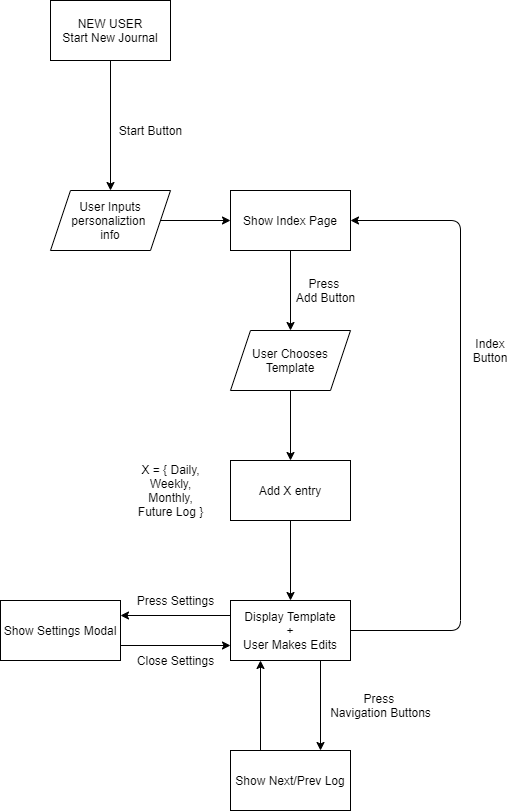
This is specs/adrs/diagram.drawio.png from FlamingoJournal/cse110-sp21-group18, a draw.io export, as it was before one commit. Source tidied: cells renumbered, new cells last; positions are measured from the earlier drawing's top-left corner, leaving out a move shared by most shapes.
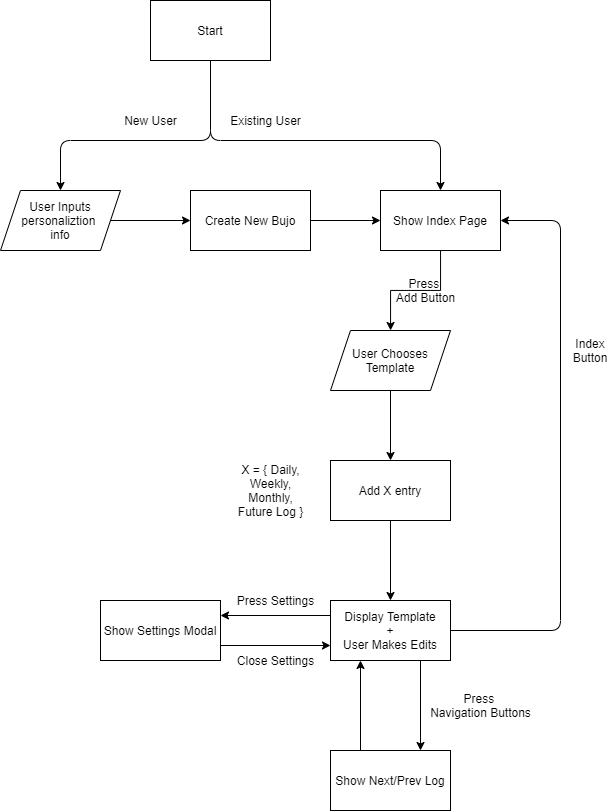
The same file after the commit.

Commit message:
Added second color palette + Updated general event diagram

Diff of the diagram source:
```diff
@@ -2,26 +2,25 @@
   <root>
     <mxCell id="0" />
     <mxCell id="1" parent="0" />
-    <mxCell id="2" style="edgeStyle=orthogonalEdgeStyle;rounded=0;jettySize=auto;html=1;" parent="1" edge="1" source="3" target="5">
-      <mxGeometry relative="1" as="geometry" />
-    </mxCell>
-    <mxCell id="3" value="NEW USER&lt;br&gt;Start New Journal" style="rounded=0;whiteSpace=wrap;html=1;" parent="1" vertex="1">
+    <mxCell id="3" value="Start" style="rounded=0;whiteSpace=wrap;html=1;" parent="1" vertex="1">
       <mxGeometry x="50" width="120" height="60" as="geometry" />
     </mxCell>
-    <mxCell id="4" style="edgeStyle=orthogonalEdgeStyle;rounded=0;jettySize=auto;html=1;" parent="1" edge="1" source="5" target="8">
-      <mxGeometry relative="1" as="geometry" />
-    </mxCell>
+    <mxCell id="27" style="edgeStyle=orthogonalEdgeStyle;rounded=0;jettySize=auto;html=1;" parent="1" edge="1" source="5" target="32">
+      <mxGeometry relative="1" as="geometry" />
+    </mxCell>
     <mxCell id="5" value="User Inputs personaliztion &lt;br&gt;info" style="shape=parallelogram;perimeter=parallelogramPerimeter;whiteSpace=wrap;html=1;fixedSize=1;rounded=0;" parent="1" vertex="1">
-      <mxGeometry x="50" y="190" width="120" height="60" as="geometry" />
+      <mxGeometry x="-100" y="190" width="120" height="60" as="geometry" />
     </mxCell>
-    <mxCell id="6" value="Start Button" style="text;html=1;align=center;verticalAlign=middle;" parent="1" vertex="1">
-      <mxGeometry x="110" y="120" width="80" height="20" as="geometry" />
+    <mxCell id="6" value="New User" style="text;html=1;align=center;verticalAlign=middle;" parent="1" vertex="1">
+      <mxGeometry x="15" y="110" width="70" height="20" as="geometry" />
     </mxCell>
-    <mxCell id="7" style="edgeStyle=orthogonalEdgeStyle;rounded=0;jettySize=auto;html=1;" parent="1" edge="1" source="8" target="14">
-      <mxGeometry relative="1" as="geometry" />
+    <mxCell id="7" style="edgeStyle=orthogonalEdgeStyle;rounded=0;jettySize=auto;html=1;" parent="1" edge="1" source="8">
+      <mxGeometry relative="1" as="geometry">
+        <mxPoint x="290.1" y="330" as="targetPoint" />
+      </mxGeometry>
     </mxCell>
     <mxCell id="8" value="Show Index Page" style="whiteSpace=wrap;html=1;rounded=0;" parent="1" vertex="1">
-      <mxGeometry x="230" y="190" width="120" height="60" as="geometry" />
+      <mxGeometry x="280" y="190" width="120" height="60" as="geometry" />
     </mxCell>
     <mxCell id="9" style="edgeStyle=orthogonalEdgeStyle;rounded=0;jettySize=auto;html=1;" parent="1" edge="1" source="10" target="19">
       <mxGeometry relative="1" as="geometry" />
@@ -35,8 +34,10 @@
     <mxCell id="12" value="X = { Daily,&lt;br&gt;Weekly,&lt;br&gt;Monthly,&lt;br&gt;Future Log }" style="text;html=1;align=center;verticalAlign=middle;" parent="1" vertex="1">
       <mxGeometry x="130" y="460" width="80" height="60" as="geometry" />
     </mxCell>
-    <mxCell id="13" style="edgeStyle=orthogonalEdgeStyle;rounded=0;jettySize=auto;html=1;" parent="1" edge="1" source="14" target="10">
-      <mxGeometry relative="1" as="geometry" />
+    <mxCell id="13" style="edgeStyle=orthogonalEdgeStyle;rounded=0;jettySize=auto;html=1;" parent="1" edge="1" target="10">
+      <mxGeometry relative="1" as="geometry">
+        <mxPoint x="290" y="390" as="sourcePoint" />
+      </mxGeometry>
     </mxCell>
     <mxCell id="14" value="User Chooses Template" style="shape=parallelogram;perimeter=parallelogramPerimeter;whiteSpace=wrap;html=1;fixedSize=1;rounded=0;" parent="1" vertex="1">
       <mxGeometry x="230" y="330" width="120" height="60" as="geometry" />
@@ -84,5 +85,32 @@
     <mxCell id="26" value="Close Settings" style="text;html=1;align=center;verticalAlign=middle;" parent="1" vertex="1">
       <mxGeometry x="130" y="650" width="90" height="20" as="geometry" />
     </mxCell>
+    <mxCell id="28" style="endArrow=classic;html=1;entryX=0.5;entryY=0;entryDx=0;entryDy=0;" parent="1" edge="1" target="8">
+      <mxGeometry relative="1" as="geometry">
+        <mxPoint x="110" y="60" as="sourcePoint" />
+        <Array as="points">
+          <mxPoint x="110" y="140" />
+          <mxPoint x="340" y="140" />
+        </Array>
+      </mxGeometry>
+    </mxCell>
+    <mxCell id="29" style="endArrow=classic;html=1;entryX=0.5;entryY=0;entryDx=0;entryDy=0;" parent="1" edge="1" target="5">
+      <mxGeometry relative="1" as="geometry">
+        <mxPoint x="110" y="60" as="sourcePoint" />
+        <Array as="points">
+          <mxPoint x="110" y="140" />
+          <mxPoint x="-40" y="140" />
+        </Array>
+      </mxGeometry>
+    </mxCell>
+    <mxCell id="30" value="Existing User" style="text;html=1;align=center;verticalAlign=middle;" parent="1" vertex="1">
+      <mxGeometry x="120" y="110" width="90" height="20" as="geometry" />
+    </mxCell>
+    <mxCell id="31" style="edgeStyle=orthogonalEdgeStyle;rounded=0;jettySize=auto;html=1;" parent="1" edge="1" source="32" target="8">
+      <mxGeometry relative="1" as="geometry" />
+    </mxCell>
+    <mxCell id="32" value="Create New Bujo" style="rounded=0;whiteSpace=wrap;html=1;" parent="1" vertex="1">
+      <mxGeometry x="90" y="190" width="120" height="60" as="geometry" />
+    </mxCell>
   </root>
 </mxGraphModel>
```
